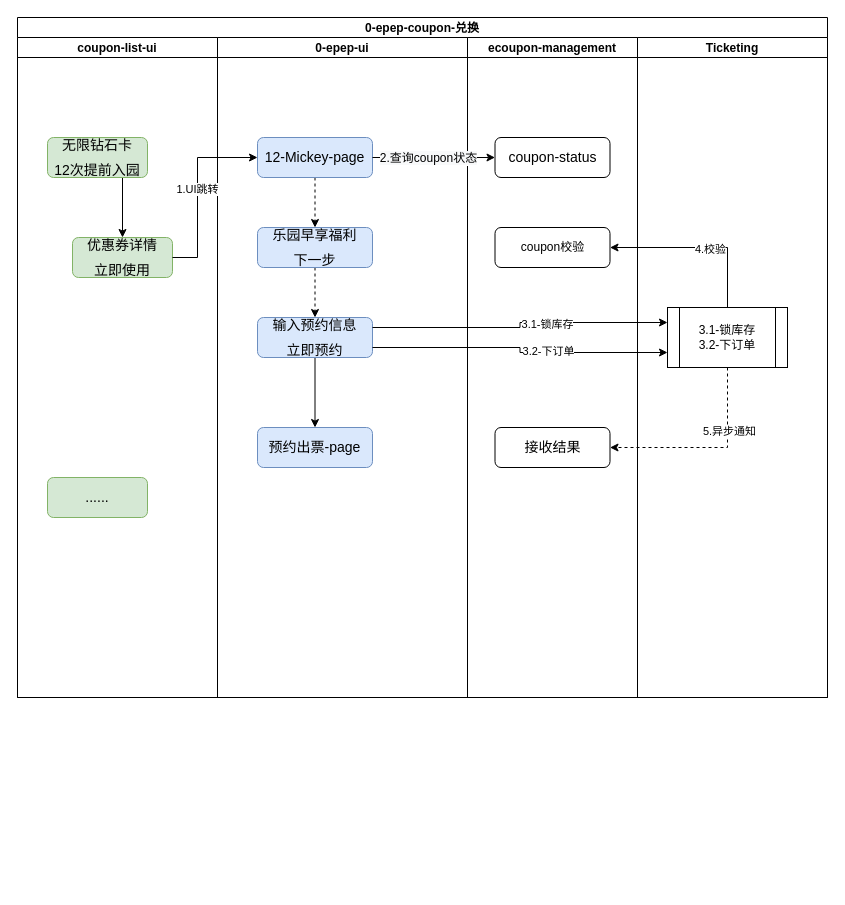
This is disney/0-epep-coupon.drawio from lixyu/draw, a draw.io file, before an edit. Source tidied: cells renumbered, new cells numbered last; positions are measured from the earlier drawing's top-left corner, leaving out a move shared by most shapes. Both pictures are drawn from the tidied source at 100%, with x=0, y=0 at pixel (17, 17).
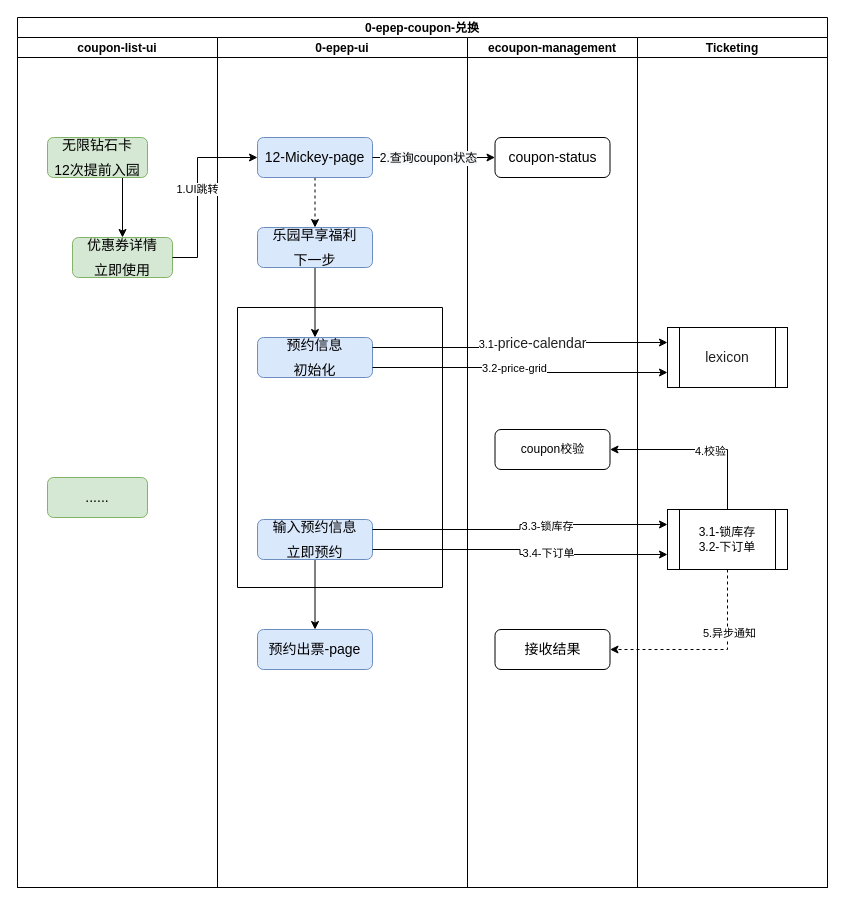
After the change.

The change refers to these unchanged cells:
```xml
<mxCell id="12" value="&lt;div style=&quot;line-height: 1.75 ; font-size: 14px&quot;&gt;乐园早享福利&lt;/div&gt;&lt;div style=&quot;line-height: 1.75 ; font-size: 14px&quot;&gt;下一步&lt;/div&gt;" style="rounded=1;whiteSpace=wrap;html=1;align=center;fillColor=#dae8fc;strokeColor=#6c8ebf;" parent="8" vertex="1">
  <mxGeometry x="40" y="190" width="115" height="40" as="geometry" />
</mxCell>
<mxCell id="29" style="edgeStyle=orthogonalEdgeStyle;rounded=0;jettySize=auto;html=1;exitX=1;exitY=0.25;exitDx=0;exitDy=0;entryX=0;entryY=0.25;entryDx=0;entryDy=0;" parent="2" edge="1" source="14" target="21">
  <mxGeometry relative="1" as="geometry" />
</mxCell>
<mxCell id="31" style="edgeStyle=orthogonalEdgeStyle;rounded=0;jettySize=auto;html=1;exitX=1;exitY=0.75;exitDx=0;exitDy=0;entryX=0;entryY=0.75;entryDx=0;entryDy=0;" parent="2" edge="1" source="14" target="21">
  <mxGeometry relative="1" as="geometry" />
</mxCell>
```

Diff of the diagram source:
```diff
@@
     <mxCell id="2" value="0-epep-coupon-兑换" style="swimlane;startSize=20;" parent="1" vertex="1">
-      <mxGeometry width="810" height="680" as="geometry" />
+      <mxGeometry width="810" height="870" as="geometry" />
     </mxCell>
     <mxCell id="3" value="coupon-list-ui" style="swimlane;startSize=20;" parent="2" vertex="1">
-      <mxGeometry y="20" width="200" height="660" as="geometry" />
+      <mxGeometry y="20" width="200" height="850" as="geometry" />
     </mxCell>
@@
     <mxCell id="8" value="0-epep-ui" style="swimlane;startSize=20;" parent="2" vertex="1">
-      <mxGeometry x="200" y="20" width="250" height="660" as="geometry" />
+      <mxGeometry x="200" y="20" width="250" height="850" as="geometry" />
     </mxCell>
@@
-    <mxCell id="11" style="edgeStyle=orthogonalEdgeStyle;rounded=0;jettySize=auto;html=1;exitX=0.5;exitY=1;exitDx=0;exitDy=0;entryX=0.5;entryY=0;entryDx=0;entryDy=0;dashed=1;" parent="8" edge="1" source="12" target="14">
-      <mxGeometry relative="1" as="geometry" />
-    </mxCell>
+    <mxCell id="33" style="edgeStyle=orthogonalEdgeStyle;rounded=0;jettySize=auto;html=1;exitX=0.5;exitY=1;exitDx=0;exitDy=0;entryX=0.5;entryY=0;entryDx=0;entryDy=0;" parent="8" edge="1" source="12" target="35">
+      <mxGeometry relative="1" as="geometry" />
+    </mxCell>
@@
     <mxCell id="14" value="&lt;div style=&quot;line-height: 1.75 ; font-size: 14px&quot;&gt;输入预约信息&lt;/div&gt;&lt;div style=&quot;line-height: 1.75 ; font-size: 14px&quot;&gt;立即预约&lt;/div&gt;" style="rounded=1;whiteSpace=wrap;html=1;align=center;fillColor=#dae8fc;strokeColor=#6c8ebf;" parent="8" vertex="1">
-      <mxGeometry x="40" y="280" width="115" height="40" as="geometry" />
+      <mxGeometry x="40" y="482" width="115" height="40" as="geometry" />
     </mxCell>
     <mxCell id="15" value="&lt;div style=&quot;line-height: 1.75 ; font-size: 14px&quot;&gt;预约出票-page&lt;/div&gt;" style="rounded=1;whiteSpace=wrap;html=1;align=center;fillColor=#dae8fc;strokeColor=#6c8ebf;" parent="8" vertex="1">
-      <mxGeometry x="40" y="390" width="115" height="40" as="geometry" />
+      <mxGeometry x="40" y="592" width="115" height="40" as="geometry" />
     </mxCell>
+    <mxCell id="34" style="swimlane;startSize=0;" parent="8" vertex="1">
+      <mxGeometry x="20" y="270" width="205" height="280" as="geometry" />
+    </mxCell>
+    <mxCell id="35" value="&lt;div style=&quot;line-height: 1.75 ; font-size: 14px&quot;&gt;预约信息&lt;/div&gt;&lt;div style=&quot;line-height: 1.75 ; font-size: 14px&quot;&gt;初始化&lt;/div&gt;" style="rounded=1;whiteSpace=wrap;html=1;align=center;fillColor=#dae8fc;strokeColor=#6c8ebf;" parent="34" vertex="1">
+      <mxGeometry x="20" y="30" width="115" height="40" as="geometry" />
+    </mxCell>
     <mxCell id="16" value="ecoupon-management" style="swimlane;startSize=20;" parent="2" vertex="1">
-      <mxGeometry x="450" y="20" width="170" height="660" as="geometry" />
+      <mxGeometry x="450" y="20" width="170" height="850" as="geometry" />
     </mxCell>
@@
     <mxCell id="18" value="coupon校验" style="rounded=1;whiteSpace=wrap;html=1;" parent="16" vertex="1">
-      <mxGeometry x="27.5" y="190" width="115" height="40" as="geometry" />
+      <mxGeometry x="27.5" y="392" width="115" height="40" as="geometry" />
     </mxCell>
     <mxCell id="19" value="&lt;div style=&quot;text-align: left ; line-height: 1.75 ; font-size: 14px&quot;&gt;接收结果&lt;/div&gt;" style="rounded=1;whiteSpace=wrap;html=1;" parent="16" vertex="1">
-      <mxGeometry x="27.5" y="390" width="115" height="40" as="geometry" />
+      <mxGeometry x="27.5" y="592" width="115" height="40" as="geometry" />
     </mxCell>
     <mxCell id="20" value="Ticketing" style="swimlane;startSize=20;" parent="2" vertex="1">
-      <mxGeometry x="620" y="20" width="190" height="660" as="geometry" />
+      <mxGeometry x="620" y="20" width="190" height="850" as="geometry" />
     </mxCell>
     <mxCell id="21" value="3.1-锁库存&lt;br&gt;3.2-下订单" style="shape=process;whiteSpace=wrap;html=1;backgroundOutline=1;" parent="20" vertex="1">
-      <mxGeometry x="30" y="270" width="120" height="60" as="geometry" />
+      <mxGeometry x="30" y="472" width="120" height="60" as="geometry" />
     </mxCell>
+    <mxCell id="36" value="&lt;span style=&quot;color: rgb(33 , 33 , 33) ; font-family: , &amp;#34;system-ui&amp;#34; , &amp;#34;segoe ui&amp;#34; , &amp;#34;roboto&amp;#34; , &amp;#34;oxygen&amp;#34; , &amp;#34;ubuntu&amp;#34; , &amp;#34;fira sans&amp;#34; , &amp;#34;droid sans&amp;#34; , &amp;#34;helvetica neue&amp;#34; , sans-serif ; font-size: 14px ; text-align: left ; background-color: rgb(255 , 255 , 255)&quot;&gt;lexicon&lt;/span&gt;" style="shape=process;whiteSpace=wrap;html=1;backgroundOutline=1;" parent="20" vertex="1">
+      <mxGeometry x="30" y="290" width="120" height="60" as="geometry" />
+    </mxCell>
@@
-    <mxCell id="30" value="3.1-锁库存" style="edgeLabel;html=1;align=center;verticalAlign=middle;" parent="29" vertex="1">
+    <mxCell id="30" value="3.3-锁库存" style="edgeLabel;html=1;align=center;verticalAlign=middle;" parent="29" vertex="1">
       <mxGeometry x="0.19" y="-1" relative="1" as="geometry" />
     </mxCell>
@@
-    <mxCell id="32" value="3.2-下订单" style="edgeLabel;html=1;align=center;verticalAlign=middle;" parent="31" vertex="1">
+    <mxCell id="32" value="3.4-下订单" style="edgeLabel;html=1;align=center;verticalAlign=middle;" parent="31" vertex="1">
       <mxGeometry x="0.14" y="2" relative="1" as="geometry">
         <mxPoint x="9" as="offset" />
       </mxGeometry>
     </mxCell>
+    <mxCell id="37" style="edgeStyle=orthogonalEdgeStyle;rounded=0;jettySize=auto;html=1;exitX=1;exitY=0.25;exitDx=0;exitDy=0;entryX=0;entryY=0.25;entryDx=0;entryDy=0;" parent="2" edge="1" source="35" target="36">
+      <mxGeometry relative="1" as="geometry" />
+    </mxCell>
+    <mxCell id="38" value="3.1-&lt;span style=&quot;color: rgb(33 , 33 , 33) ; font-family: , &amp;#34;system-ui&amp;#34; , &amp;#34;segoe ui&amp;#34; , &amp;#34;roboto&amp;#34; , &amp;#34;oxygen&amp;#34; , &amp;#34;ubuntu&amp;#34; , &amp;#34;fira sans&amp;#34; , &amp;#34;droid sans&amp;#34; , &amp;#34;helvetica neue&amp;#34; , sans-serif ; font-size: 14px ; text-align: left&quot;&gt;price-calendar&lt;/span&gt;" style="edgeLabel;html=1;align=center;verticalAlign=middle;" parent="37" vertex="1">
+      <mxGeometry x="0.09" y="1" relative="1" as="geometry">
+        <mxPoint y="1" as="offset" />
+      </mxGeometry>
+    </mxCell>
+    <mxCell id="39" style="edgeStyle=orthogonalEdgeStyle;rounded=0;jettySize=auto;html=1;exitX=1;exitY=0.75;exitDx=0;exitDy=0;entryX=0;entryY=0.75;entryDx=0;entryDy=0;" parent="2" edge="1" source="35" target="36">
+      <mxGeometry relative="1" as="geometry" />
+    </mxCell>
+    <mxCell id="40" value="3.2-price-grid" style="edgeLabel;html=1;align=center;verticalAlign=middle;" parent="39" vertex="1">
+      <mxGeometry x="0.08" y="-1" relative="1" as="geometry">
+        <mxPoint x="-16" y="-6" as="offset" />
+      </mxGeometry>
+    </mxCell>
```
